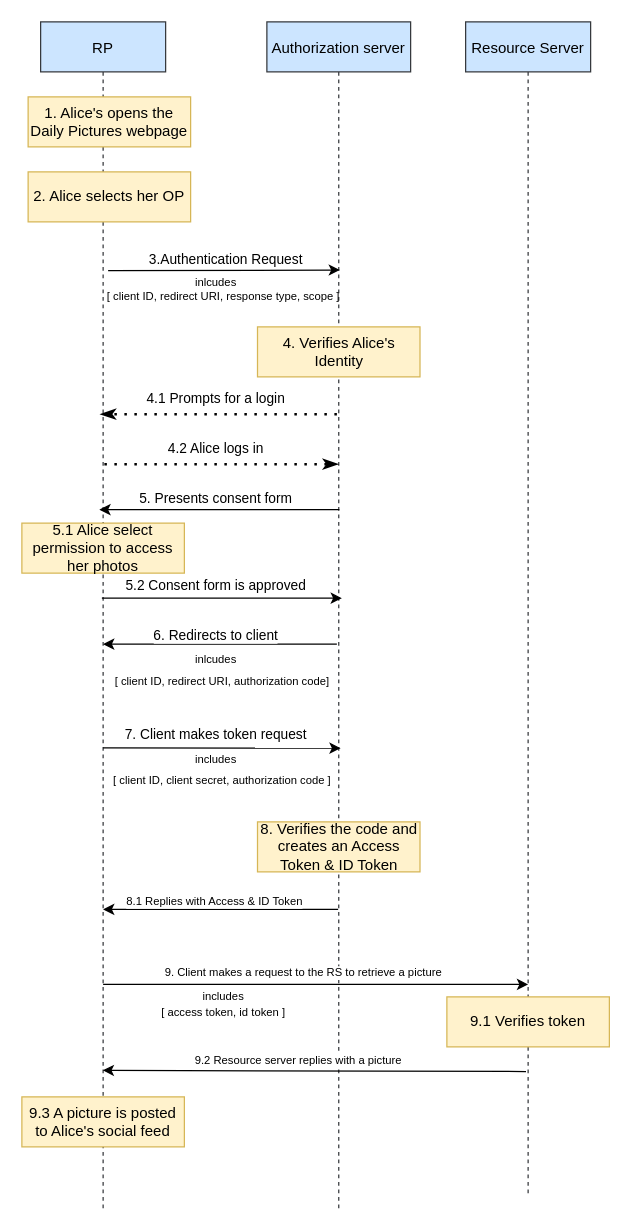
This is docs/modules/knowledge/img/classic-oidc-flow.drawio from digita-ai/dgt-id-broker, a draw.io file, before an edit. Source tidied: cells renumbered, new cells numbered last; positions are measured from the earlier drawing's top-left corner, leaving out a move shared by most shapes. Both pictures are drawn from the tidied source at 125%, with x=0, y=0 at pixel (21, 21).
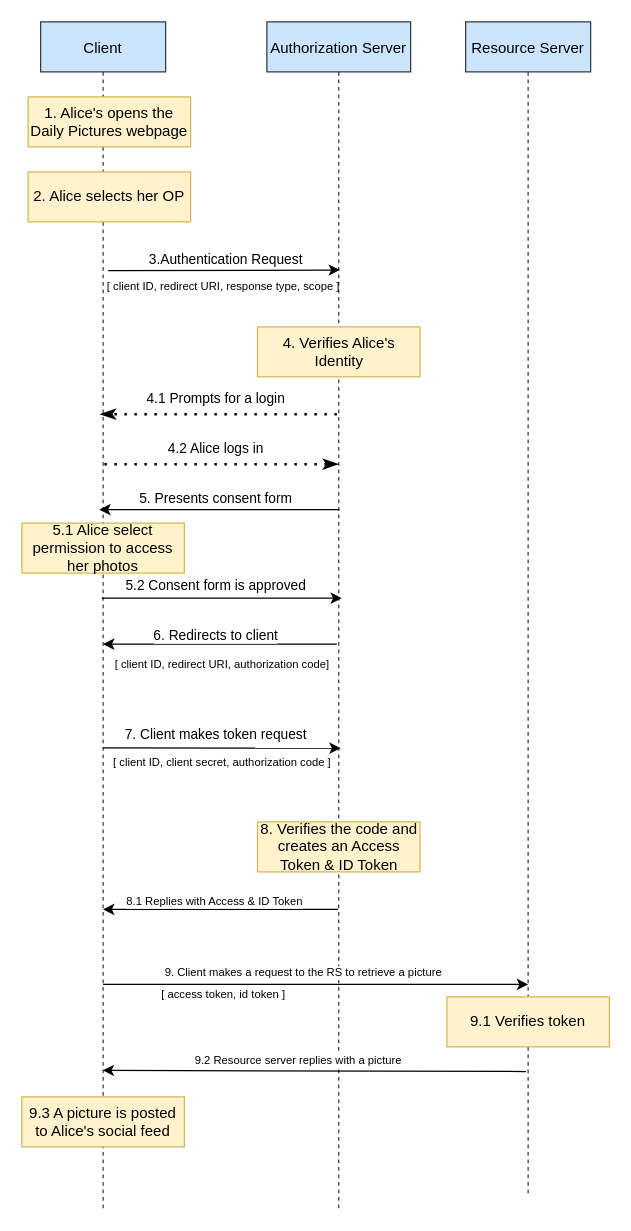
The same page after the edit.

Commit message (it also covers changes not shown here):
docs: updated flow charts + changed img format

The edit, as a diff of the source:
```diff
@@
-    <mxCell id="2" value="RP" style="shape=umlLifeline;perimeter=lifelinePerimeter;rounded=0;shadow=0;strokeWidth=1;fillColor=#cce5ff;strokeColor=#36393d;" parent="1" vertex="1">
+    <mxCell id="2" value="Client" style="shape=umlLifeline;perimeter=lifelinePerimeter;rounded=0;shadow=0;strokeWidth=1;fillColor=#cce5ff;strokeColor=#36393d;" parent="1" vertex="1">
       <mxGeometry x="15" width="100" height="950" as="geometry" />
     </mxCell>
-    <mxCell id="3" value="Authorization server" style="shape=umlLifeline;perimeter=lifelinePerimeter;rounded=0;shadow=0;strokeWidth=1;fillColor=#cce5ff;strokeColor=#36393d;" parent="1" vertex="1">
+    <mxCell id="3" value="Authorization Server" style="shape=umlLifeline;perimeter=lifelinePerimeter;rounded=0;shadow=0;strokeWidth=1;fillColor=#cce5ff;strokeColor=#36393d;" parent="1" vertex="1">
       <mxGeometry x="196" width="115" height="950" as="geometry" />
     </mxCell>
@@
     <mxCell id="9" value="&lt;font style=&quot;font-size: 9px;&quot;&gt;[ client ID, redirect URI, response type, scope ]&lt;/font&gt;" style="text;html=1;align=center;verticalAlign=middle;strokeColor=none;fontSize=9;" parent="1" vertex="1">
-      <mxGeometry x="61" y="210" width="200" height="20" as="geometry" />
+      <mxGeometry x="61" y="202" width="200" height="20" as="geometry" />
     </mxCell>
@@
     <mxCell id="16" value="&lt;font style=&quot;font-size: 9px&quot;&gt;[ client ID, client secret, authorization code ]&lt;/font&gt;" style="text;html=1;align=center;verticalAlign=middle;strokeColor=none;" parent="1" vertex="1">
-      <mxGeometry x="65" y="596" width="190" height="20" as="geometry" />
+      <mxGeometry x="65" y="582" width="190" height="20" as="geometry" />
     </mxCell>
-    <mxCell id="17" value="inlcudes" style="text;html=1;align=center;verticalAlign=middle;strokeColor=none;fontSize=9;" parent="1" vertex="1">
-      <mxGeometry x="130" y="199" width="50" height="20" as="geometry" />
-    </mxCell>
-    <mxCell id="18" value="inlcudes" style="text;html=1;align=center;verticalAlign=middle;strokeColor=none;fontSize=9;" parent="1" vertex="1">
-      <mxGeometry x="130" y="500" width="50" height="20" as="geometry" />
-    </mxCell>
     <mxCell id="19" value="&lt;font style=&quot;font-size: 9px&quot;&gt;[ client ID, redirect URI, authorization code]&lt;/font&gt;" style="text;html=1;align=center;verticalAlign=middle;strokeColor=none;fontSize=9;" parent="1" vertex="1">
-      <mxGeometry x="65" y="518" width="190" height="20" as="geometry" />
+      <mxGeometry x="65" y="504" width="190" height="20" as="geometry" />
     </mxCell>
@@
-    <mxCell id="21" value="includes" style="text;html=1;align=center;verticalAlign=middle;strokeColor=none;fontSize=9;" parent="1" vertex="1">
-      <mxGeometry x="130" y="580" width="50" height="20" as="geometry" />
-    </mxCell>
@@
-    <mxCell id="30" value="includes" style="text;html=1;align=center;verticalAlign=middle;strokeColor=none;fontSize=9;" parent="1" vertex="1">
-      <mxGeometry x="136" y="770" width="50" height="20" as="geometry" />
-    </mxCell>
     <mxCell id="31" value="&lt;font style=&quot;font-size: 9px;&quot;&gt;[ access token, id token ]&lt;/font&gt;" style="text;html=1;align=center;verticalAlign=middle;strokeColor=none;fontSize=9;" parent="1" vertex="1">
-      <mxGeometry x="106" y="783" width="110" height="20" as="geometry" />
+      <mxGeometry x="106" y="768" width="110" height="20" as="geometry" />
     </mxCell>
```
